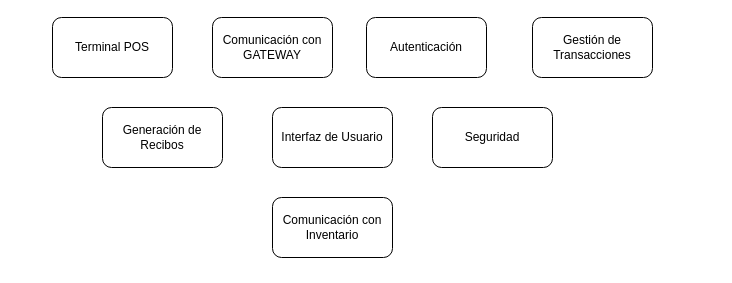
Before: POS_V1.drawio in mvespin1/DiagramasArquitecturaGrupo2, a draw.io diagram. Source tidied: cells renumbered, new cells numbered last; positions are measured from the earlier drawing's top-left corner, leaving out a move shared by most shapes. Both pictures are drawn from the tidied source at 100%, with x=0, y=0 at pixel (52, 17).
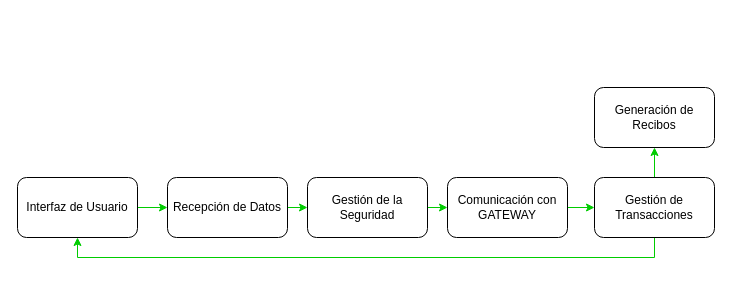
Above is the later version.

Diff of the diagram source:
```diff
@@
 <mxGraphModel>
   <root>
     <mxCell id="0" />
     <mxCell id="1" parent="0" />
-    <mxCell id="2" value="Terminal POS" style="rounded=1;whiteSpace=wrap;html=1;" parent="1" vertex="1">
-      <mxGeometry width="120" height="60" as="geometry" />
-    </mxCell>
+    <mxCell id="10" style="edgeStyle=orthogonalEdgeStyle;rounded=0;jettySize=auto;html=1;exitX=1;exitY=0.5;exitDx=0;exitDy=0;entryX=0;entryY=0.5;entryDx=0;entryDy=0;strokeColor=#00CC00;" parent="1" edge="1" source="3" target="5">
+      <mxGeometry relative="1" as="geometry" />
+    </mxCell>
     <mxCell id="3" value="Comunicación con GATEWAY" style="rounded=1;whiteSpace=wrap;html=1;" parent="1" vertex="1">
-      <mxGeometry x="160" width="120" height="60" as="geometry" />
+      <mxGeometry x="395" y="160" width="120" height="60" as="geometry" />
     </mxCell>
-    <mxCell id="4" value="Autenticación" style="rounded=1;whiteSpace=wrap;html=1;" parent="1" vertex="1">
-      <mxGeometry x="314" width="120" height="60" as="geometry" />
-    </mxCell>
+    <mxCell id="11" style="edgeStyle=orthogonalEdgeStyle;rounded=0;jettySize=auto;html=1;exitX=0.5;exitY=1;exitDx=0;exitDy=0;entryX=0.5;entryY=1;entryDx=0;entryDy=0;fillColor=#00CC00;strokeColor=#00CC00;" parent="1" edge="1" source="5" target="7">
+      <mxGeometry relative="1" as="geometry" />
+    </mxCell>
+    <mxCell id="12" style="edgeStyle=orthogonalEdgeStyle;rounded=0;jettySize=auto;html=1;exitX=0.5;exitY=0;exitDx=0;exitDy=0;entryX=0.5;entryY=1;entryDx=0;entryDy=0;strokeColor=#00CC00;" parent="1" edge="1" source="5" target="6">
+      <mxGeometry relative="1" as="geometry" />
+    </mxCell>
     <mxCell id="5" value="Gestión de Transacciones" style="rounded=1;whiteSpace=wrap;html=1;" parent="1" vertex="1">
-      <mxGeometry x="480" width="120" height="60" as="geometry" />
+      <mxGeometry x="542" y="160" width="120" height="60" as="geometry" />
     </mxCell>
     <mxCell id="6" value="Generación de Recibos" style="rounded=1;whiteSpace=wrap;html=1;" parent="1" vertex="1">
-      <mxGeometry x="50" y="90" width="120" height="60" as="geometry" />
+      <mxGeometry x="542" y="70" width="120" height="60" as="geometry" />
     </mxCell>
+    <mxCell id="13" style="edgeStyle=orthogonalEdgeStyle;rounded=0;jettySize=auto;html=1;exitX=1;exitY=0.5;exitDx=0;exitDy=0;entryX=0;entryY=0.5;entryDx=0;entryDy=0;strokeColor=#00CC00;" parent="1" edge="1" source="7" target="8">
+      <mxGeometry relative="1" as="geometry" />
+    </mxCell>
     <mxCell id="7" value="Interfaz de Usuario" style="rounded=1;whiteSpace=wrap;html=1;" parent="1" vertex="1">
-      <mxGeometry x="220" y="90" width="120" height="60" as="geometry" />
+      <mxGeometry x="-35" y="160" width="120" height="60" as="geometry" />
     </mxCell>
+    <mxCell id="14" style="edgeStyle=orthogonalEdgeStyle;rounded=0;jettySize=auto;html=1;exitX=1;exitY=0.5;exitDx=0;exitDy=0;entryX=0;entryY=0.5;entryDx=0;entryDy=0;strokeColor=#00CC00;" parent="1" edge="1" source="8" target="9">
+      <mxGeometry relative="1" as="geometry" />
+    </mxCell>
-    <mxCell id="8" value="&lt;div&gt;Comunicación con Inventario&lt;/div&gt;" style="rounded=1;whiteSpace=wrap;html=1;" parent="1" vertex="1">
-      <mxGeometry x="220" y="180" width="120" height="60" as="geometry" />
+    <mxCell id="8" value="&lt;div&gt;Recepción de Datos&lt;/div&gt;" style="rounded=1;whiteSpace=wrap;html=1;" parent="1" vertex="1">
+      <mxGeometry x="115" y="160" width="120" height="60" as="geometry" />
     </mxCell>
+    <mxCell id="15" style="edgeStyle=orthogonalEdgeStyle;rounded=0;jettySize=auto;html=1;exitX=1;exitY=0.5;exitDx=0;exitDy=0;entryX=0;entryY=0.5;entryDx=0;entryDy=0;strokeColor=#00CC00;" parent="1" edge="1" source="9" target="3">
+      <mxGeometry relative="1" as="geometry" />
+    </mxCell>
-    <mxCell id="9" value="Seguridad" style="rounded=1;whiteSpace=wrap;html=1;" parent="1" vertex="1">
-      <mxGeometry x="380" y="90" width="120" height="60" as="geometry" />
+    <mxCell id="9" value="Gestión de la Seguridad" style="rounded=1;whiteSpace=wrap;html=1;" parent="1" vertex="1">
+      <mxGeometry x="255" y="160" width="120" height="60" as="geometry" />
     </mxCell>
   </root>
 </mxGraphModel>
```
